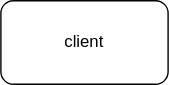
Before: drive.drawio.svg, a diagram exported from draw.io (ArtemYablokov/system_design). Source tidied: cells renumbered, new cells last; positions are measured from the earlier drawing's top-left corner, leaving out a move shared by most shapes. Its diagram source:
```xml
<mxGraphModel>
  <root>
    <mxCell id="0" />
    <mxCell id="1" parent="0" />
    <mxCell id="2" value="client" style="rounded=1;whiteSpace=wrap;html=1;" parent="1" vertex="1">
      <mxGeometry width="120" height="60" as="geometry" />
    </mxCell>
  </root>
</mxGraphModel>
```
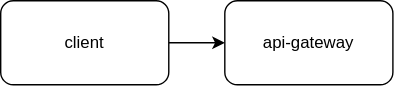
After the change.

Commit message:
add api gateway

Diff of the diagram source:
```diff
@@ -2,8 +2,14 @@
   <root>
     <mxCell id="0" />
     <mxCell id="1" parent="0" />
+    <mxCell id="3" style="edgeStyle=orthogonalEdgeStyle;rounded=0;jettySize=auto;html=1;entryX=0;entryY=0.5;entryDx=0;entryDy=0;" parent="1" edge="1" source="2" target="4">
+      <mxGeometry relative="1" as="geometry" />
+    </mxCell>
     <mxCell id="2" value="client" style="rounded=1;whiteSpace=wrap;html=1;" parent="1" vertex="1">
       <mxGeometry width="120" height="60" as="geometry" />
     </mxCell>
+    <mxCell id="4" value="api-gateway" style="rounded=1;whiteSpace=wrap;html=1;" parent="1" vertex="1">
+      <mxGeometry x="160" width="120" height="60" as="geometry" />
+    </mxCell>
   </root>
 </mxGraphModel>
```
